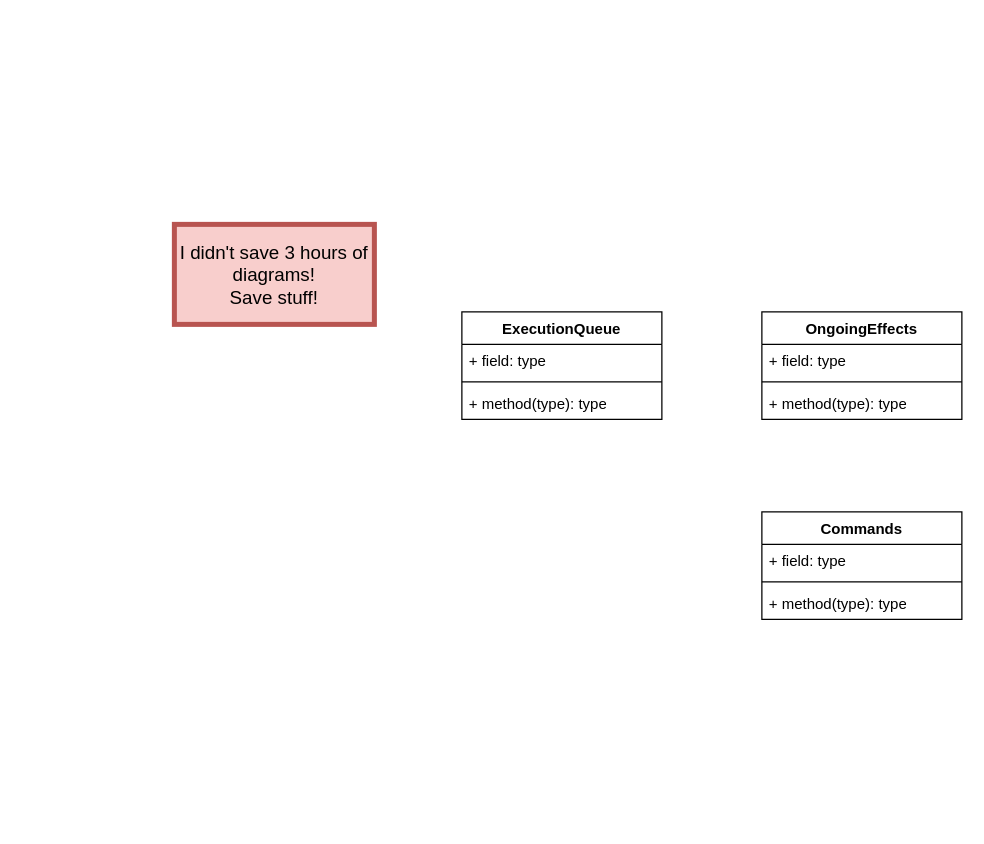
Before: chain-of-command-game-flow.drawio in Gryfin123/diagrams_with_no_context, a draw.io diagram. Source tidied: cells renumbered, new cells numbered last; positions are measured from the earlier drawing's top-left corner, leaving out a move shared by most shapes. Both pictures are drawn from the tidied source at 125%, with x=0, y=0 at pixel (174, 224).
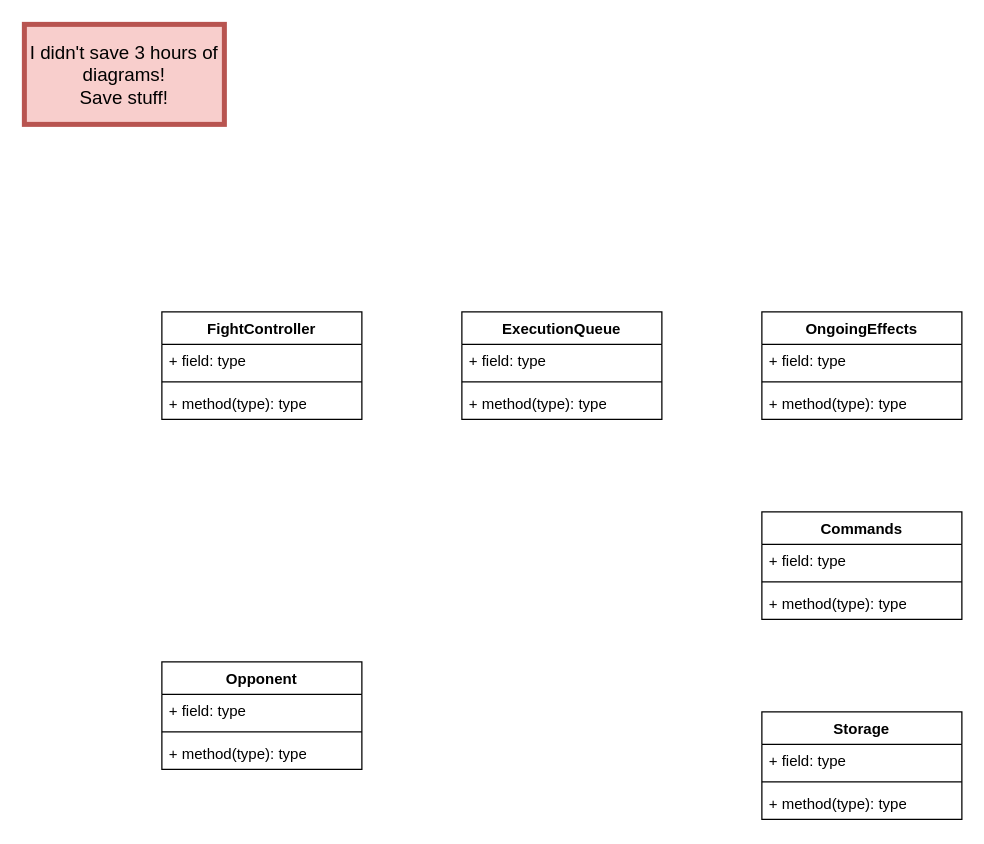
The same diagram, later.

The edit, as a diff of the source:
```diff
@@
     <mxCell id="14" value="I didn't save 3 hours of diagrams! &lt;br&gt;Save stuff!" style="html=1;whiteSpace=wrap;fillColor=#f8cecc;strokeColor=#b85450;strokeWidth=4;fontSize=15;" parent="1" vertex="1">
-      <mxGeometry width="160" height="80" as="geometry" />
+      <mxGeometry x="-120" y="-160" width="160" height="80" as="geometry" />
     </mxCell>
+    <mxCell id="15" value="FightController" style="swimlane;fontStyle=1;align=center;verticalAlign=top;horizontal=1;startSize=26;whiteSpace=wrap;html=1;" parent="1" vertex="1">
+      <mxGeometry x="-10" y="70" width="160" height="86" as="geometry" />
+    </mxCell>
+    <mxCell id="16" value="+ field: type" style="text;strokeColor=none;fillColor=none;align=left;verticalAlign=top;spacingLeft=4;spacingRight=4;overflow=hidden;whiteSpace=wrap;html=1;" parent="15" vertex="1">
+      <mxGeometry y="26" width="160" height="26" as="geometry" />
+    </mxCell>
+    <mxCell id="17" style="line;strokeWidth=1;fillColor=none;align=left;verticalAlign=middle;spacingTop=-1;spacingLeft=3;spacingRight=3;labelPosition=right;strokeColor=inherit;" parent="15" vertex="1">
+      <mxGeometry y="52" width="160" height="8" as="geometry" />
+    </mxCell>
+    <mxCell id="18" value="+ method(type): type" style="text;strokeColor=none;fillColor=none;align=left;verticalAlign=top;spacingLeft=4;spacingRight=4;overflow=hidden;whiteSpace=wrap;html=1;" parent="15" vertex="1">
+      <mxGeometry y="60" width="160" height="26" as="geometry" />
+    </mxCell>
+    <mxCell id="19" value="Storage" style="swimlane;fontStyle=1;align=center;verticalAlign=top;horizontal=1;startSize=26;whiteSpace=wrap;html=1;" parent="1" vertex="1">
+      <mxGeometry x="470" y="390" width="160" height="86" as="geometry" />
+    </mxCell>
+    <mxCell id="20" value="+ field: type" style="text;strokeColor=none;fillColor=none;align=left;verticalAlign=top;spacingLeft=4;spacingRight=4;overflow=hidden;whiteSpace=wrap;html=1;" parent="19" vertex="1">
+      <mxGeometry y="26" width="160" height="26" as="geometry" />
+    </mxCell>
+    <mxCell id="21" style="line;strokeWidth=1;fillColor=none;align=left;verticalAlign=middle;spacingTop=-1;spacingLeft=3;spacingRight=3;labelPosition=right;strokeColor=inherit;" parent="19" vertex="1">
+      <mxGeometry y="52" width="160" height="8" as="geometry" />
+    </mxCell>
+    <mxCell id="22" value="+ method(type): type" style="text;strokeColor=none;fillColor=none;align=left;verticalAlign=top;spacingLeft=4;spacingRight=4;overflow=hidden;whiteSpace=wrap;html=1;" parent="19" vertex="1">
+      <mxGeometry y="60" width="160" height="26" as="geometry" />
+    </mxCell>
+    <mxCell id="23" value="Opponent" style="swimlane;fontStyle=1;align=center;verticalAlign=top;horizontal=1;startSize=26;whiteSpace=wrap;html=1;" parent="1" vertex="1">
+      <mxGeometry x="-10" y="350" width="160" height="86" as="geometry" />
+    </mxCell>
+    <mxCell id="24" value="+ field: type" style="text;strokeColor=none;fillColor=none;align=left;verticalAlign=top;spacingLeft=4;spacingRight=4;overflow=hidden;whiteSpace=wrap;html=1;" parent="23" vertex="1">
+      <mxGeometry y="26" width="160" height="26" as="geometry" />
+    </mxCell>
+    <mxCell id="25" style="line;strokeWidth=1;fillColor=none;align=left;verticalAlign=middle;spacingTop=-1;spacingLeft=3;spacingRight=3;labelPosition=right;strokeColor=inherit;" parent="23" vertex="1">
+      <mxGeometry y="52" width="160" height="8" as="geometry" />
+    </mxCell>
+    <mxCell id="26" value="+ method(type): type" style="text;strokeColor=none;fillColor=none;align=left;verticalAlign=top;spacingLeft=4;spacingRight=4;overflow=hidden;whiteSpace=wrap;html=1;" parent="23" vertex="1">
+      <mxGeometry y="60" width="160" height="26" as="geometry" />
+    </mxCell>
```
